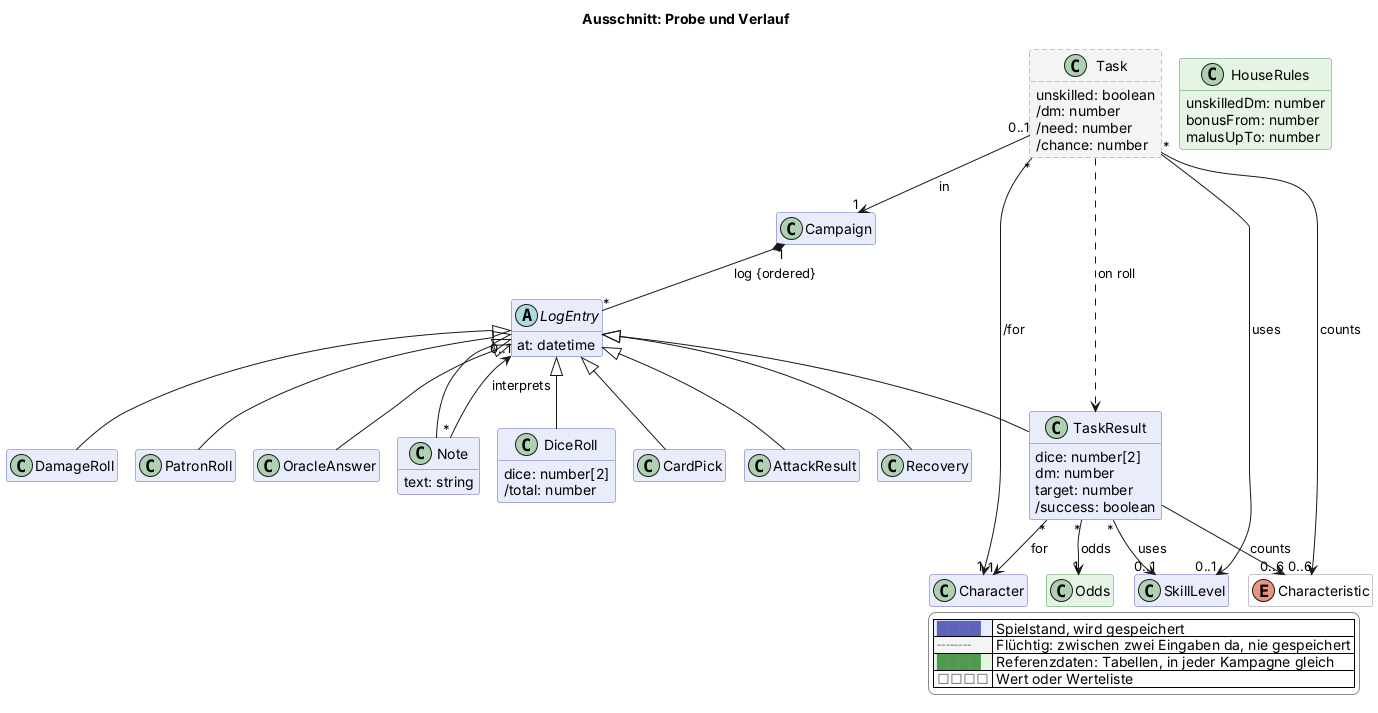
This is docs/views/probe.png from scuzzar/SRE, a PlantUML export, as it was before one commit.
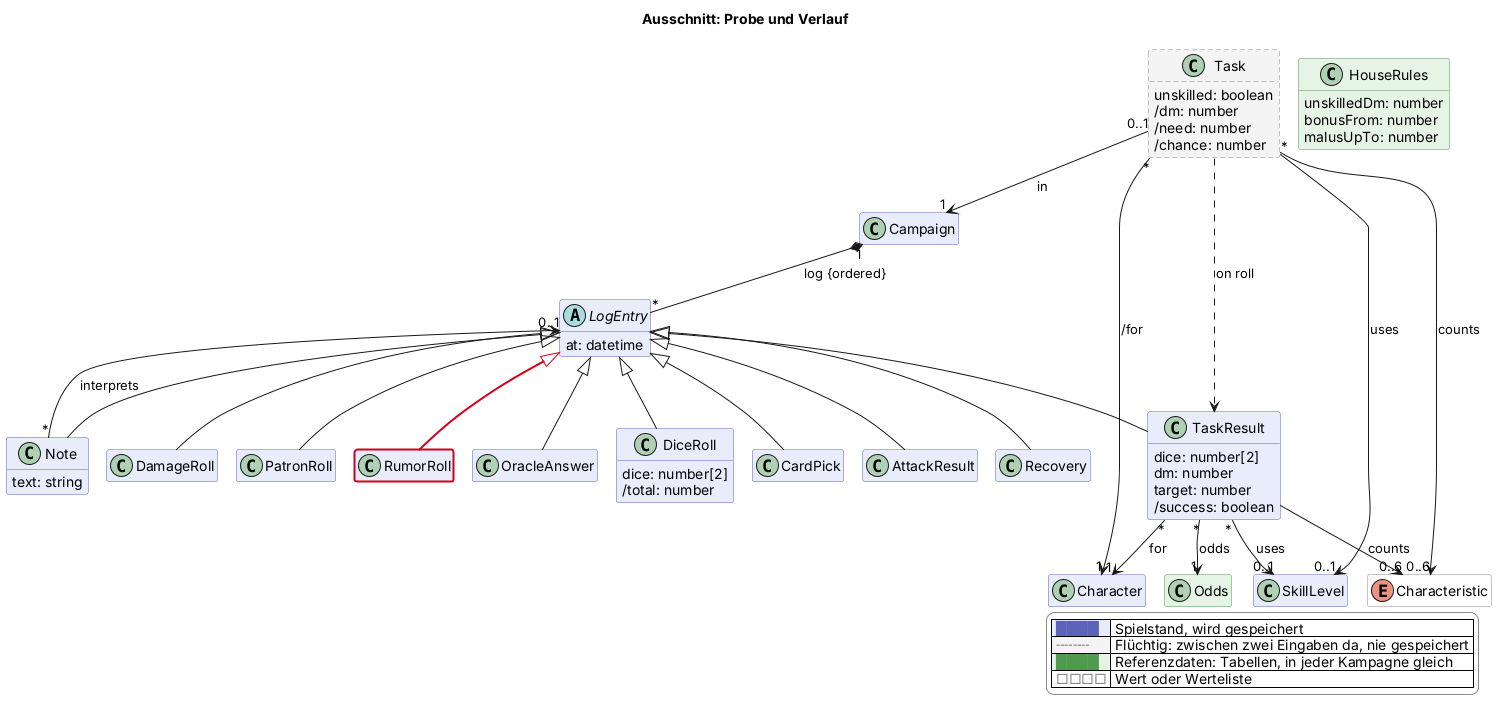
Later version of the same file.

Change to the diagram source:
```diff
@@ -85,6 +85,7 @@
     text: string
   }
   class PatronRoll $begegnung
+  class RumorRoll $begegnung $newClass("2026-11-12b")
 
   class Task <<transient>> $probe {
     unskilled: boolean
@@ -126,6 +127,7 @@
 LogEntry <|-- Recovery
 LogEntry <|-- Note
 LogEntry <|-- PatronRoll
+LogEntry <|-$newArrow("2026-11-12b")- RumorRoll
 Note "*" --> "0..1" LogEntry : interprets
 TaskResult "*" --> "1" Character : for
 TaskResult "*" --> "0..1" SkillLevel : uses
```
